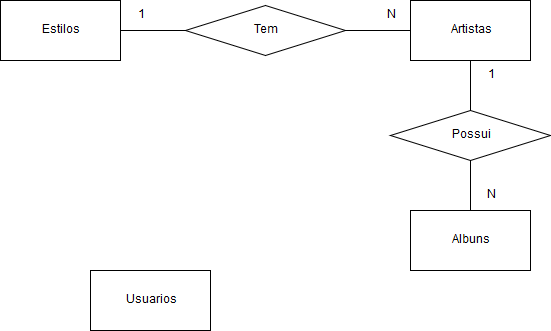
Above: sprint-1-bd/exercicios/optus/optus-conceitual.png in corujasdevbr/senai-desenvolvimento-2s2019 (draw.io), before the change. Source tidied: cells renumbered, new cells last; positions are measured from the earlier drawing's top-left corner, leaving out a move shared by most shapes. Source of this version:
```xml
<mxGraphModel>
  <root>
    <mxCell id="0" />
    <mxCell id="1" parent="0" />
    <mxCell id="2" style="edgeStyle=orthogonalEdgeStyle;rounded=0;jettySize=auto;html=1;entryX=0;entryY=0.5;entryDx=0;entryDy=0;endArrow=none;endFill=0;" parent="1" edge="1" source="3" target="9">
      <mxGeometry relative="1" as="geometry" />
    </mxCell>
    <mxCell id="3" value="Estilos" style="rounded=0;whiteSpace=wrap;html=1;" parent="1" vertex="1">
      <mxGeometry width="120" height="60" as="geometry" />
    </mxCell>
    <mxCell id="4" style="edgeStyle=orthogonalEdgeStyle;rounded=0;jettySize=auto;html=1;entryX=0.5;entryY=0;entryDx=0;entryDy=0;endArrow=none;endFill=0;" parent="1" edge="1" source="5" target="11">
      <mxGeometry relative="1" as="geometry" />
    </mxCell>
    <mxCell id="5" value="Artistas" style="rounded=0;whiteSpace=wrap;html=1;" parent="1" vertex="1">
      <mxGeometry x="410" width="120" height="60" as="geometry" />
    </mxCell>
    <mxCell id="6" value="Albuns" style="rounded=0;whiteSpace=wrap;html=1;" parent="1" vertex="1">
      <mxGeometry x="410" y="210" width="120" height="60" as="geometry" />
    </mxCell>
    <mxCell id="7" value="Usuarios" style="rounded=0;whiteSpace=wrap;html=1;" parent="1" vertex="1">
      <mxGeometry x="90" y="270" width="120" height="60" as="geometry" />
    </mxCell>
    <mxCell id="8" style="edgeStyle=orthogonalEdgeStyle;rounded=0;jettySize=auto;html=1;entryX=0;entryY=0.5;entryDx=0;entryDy=0;endArrow=none;endFill=0;" parent="1" edge="1" source="9" target="5">
      <mxGeometry relative="1" as="geometry" />
    </mxCell>
    <mxCell id="9" value="Tem" style="rhombus;whiteSpace=wrap;html=1;" parent="1" vertex="1">
      <mxGeometry x="185" y="5" width="160" height="50" as="geometry" />
    </mxCell>
    <mxCell id="10" style="edgeStyle=orthogonalEdgeStyle;rounded=0;jettySize=auto;html=1;endArrow=none;endFill=0;" parent="1" edge="1" source="11" target="6">
      <mxGeometry relative="1" as="geometry" />
    </mxCell>
    <mxCell id="11" value="Possui" style="rhombus;whiteSpace=wrap;html=1;" parent="1" vertex="1">
      <mxGeometry x="390" y="110" width="160" height="50" as="geometry" />
    </mxCell>
    <mxCell id="12" value="1" style="text;html=1;strokeColor=none;fillColor=none;align=center;verticalAlign=middle;whiteSpace=wrap;rounded=0;" parent="1" vertex="1">
      <mxGeometry x="120" width="40" height="30" as="geometry" />
    </mxCell>
    <mxCell id="13" value="N" style="text;html=1;strokeColor=none;fillColor=none;align=center;verticalAlign=middle;whiteSpace=wrap;rounded=0;" parent="1" vertex="1">
      <mxGeometry x="370" width="40" height="30" as="geometry" />
    </mxCell>
    <mxCell id="14" value="1" style="text;html=1;strokeColor=none;fillColor=none;align=center;verticalAlign=middle;whiteSpace=wrap;rounded=0;" parent="1" vertex="1">
      <mxGeometry x="470" y="60" width="40" height="30" as="geometry" />
    </mxCell>
    <mxCell id="15" value="N" style="text;html=1;strokeColor=none;fillColor=none;align=center;verticalAlign=middle;whiteSpace=wrap;rounded=0;" parent="1" vertex="1">
      <mxGeometry x="470" y="180" width="40" height="30" as="geometry" />
    </mxCell>
  </root>
</mxGraphModel>
```
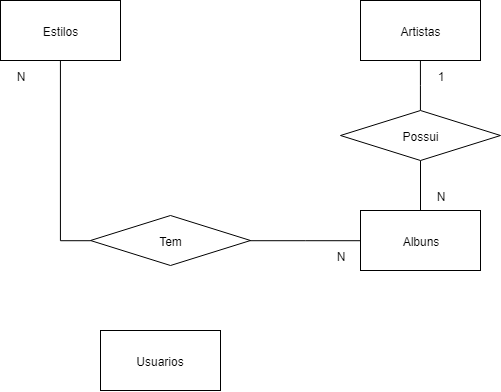
Later version of the same file.

What changed in the source:
```diff
@@ -6,7 +6,7 @@
       <mxGeometry relative="1" as="geometry" />
     </mxCell>
     <mxCell id="3" value="Estilos" style="rounded=0;whiteSpace=wrap;html=1;" parent="1" vertex="1">
-      <mxGeometry width="120" height="60" as="geometry" />
+      <mxGeometry x="50" width="120" height="60" as="geometry" />
     </mxCell>
     <mxCell id="4" style="edgeStyle=orthogonalEdgeStyle;rounded=0;jettySize=auto;html=1;entryX=0.5;entryY=0;entryDx=0;entryDy=0;endArrow=none;endFill=0;" parent="1" edge="1" source="5" target="11">
       <mxGeometry relative="1" as="geometry" />
@@ -18,13 +18,13 @@
       <mxGeometry x="410" y="210" width="120" height="60" as="geometry" />
     </mxCell>
     <mxCell id="7" value="Usuarios" style="rounded=0;whiteSpace=wrap;html=1;" parent="1" vertex="1">
-      <mxGeometry x="90" y="270" width="120" height="60" as="geometry" />
+      <mxGeometry x="150" y="330" width="120" height="60" as="geometry" />
     </mxCell>
-    <mxCell id="8" style="edgeStyle=orthogonalEdgeStyle;rounded=0;jettySize=auto;html=1;entryX=0;entryY=0.5;entryDx=0;entryDy=0;endArrow=none;endFill=0;" parent="1" edge="1" source="9" target="5">
+    <mxCell id="8" style="edgeStyle=orthogonalEdgeStyle;rounded=0;jettySize=auto;html=1;entryX=0;entryY=0.5;entryDx=0;entryDy=0;endArrow=none;endFill=0;" parent="1" edge="1" source="9" target="6">
       <mxGeometry relative="1" as="geometry" />
     </mxCell>
     <mxCell id="9" value="Tem" style="rhombus;whiteSpace=wrap;html=1;" parent="1" vertex="1">
-      <mxGeometry x="185" y="5" width="160" height="50" as="geometry" />
+      <mxGeometry x="140" y="215" width="160" height="50" as="geometry" />
     </mxCell>
     <mxCell id="10" style="edgeStyle=orthogonalEdgeStyle;rounded=0;jettySize=auto;html=1;endArrow=none;endFill=0;" parent="1" edge="1" source="11" target="6">
       <mxGeometry relative="1" as="geometry" />
@@ -32,11 +32,11 @@
     <mxCell id="11" value="Possui" style="rhombus;whiteSpace=wrap;html=1;" parent="1" vertex="1">
       <mxGeometry x="390" y="110" width="160" height="50" as="geometry" />
     </mxCell>
-    <mxCell id="12" value="1" style="text;html=1;strokeColor=none;fillColor=none;align=center;verticalAlign=middle;whiteSpace=wrap;rounded=0;" parent="1" vertex="1">
-      <mxGeometry x="120" width="40" height="30" as="geometry" />
+    <mxCell id="12" value="N" style="text;html=1;strokeColor=none;fillColor=none;align=center;verticalAlign=middle;whiteSpace=wrap;rounded=0;" parent="1" vertex="1">
+      <mxGeometry x="50" y="60" width="40" height="30" as="geometry" />
     </mxCell>
     <mxCell id="13" value="N" style="text;html=1;strokeColor=none;fillColor=none;align=center;verticalAlign=middle;whiteSpace=wrap;rounded=0;" parent="1" vertex="1">
-      <mxGeometry x="370" width="40" height="30" as="geometry" />
+      <mxGeometry x="370" y="240" width="40" height="30" as="geometry" />
     </mxCell>
     <mxCell id="14" value="1" style="text;html=1;strokeColor=none;fillColor=none;align=center;verticalAlign=middle;whiteSpace=wrap;rounded=0;" parent="1" vertex="1">
       <mxGeometry x="470" y="60" width="40" height="30" as="geometry" />
```
